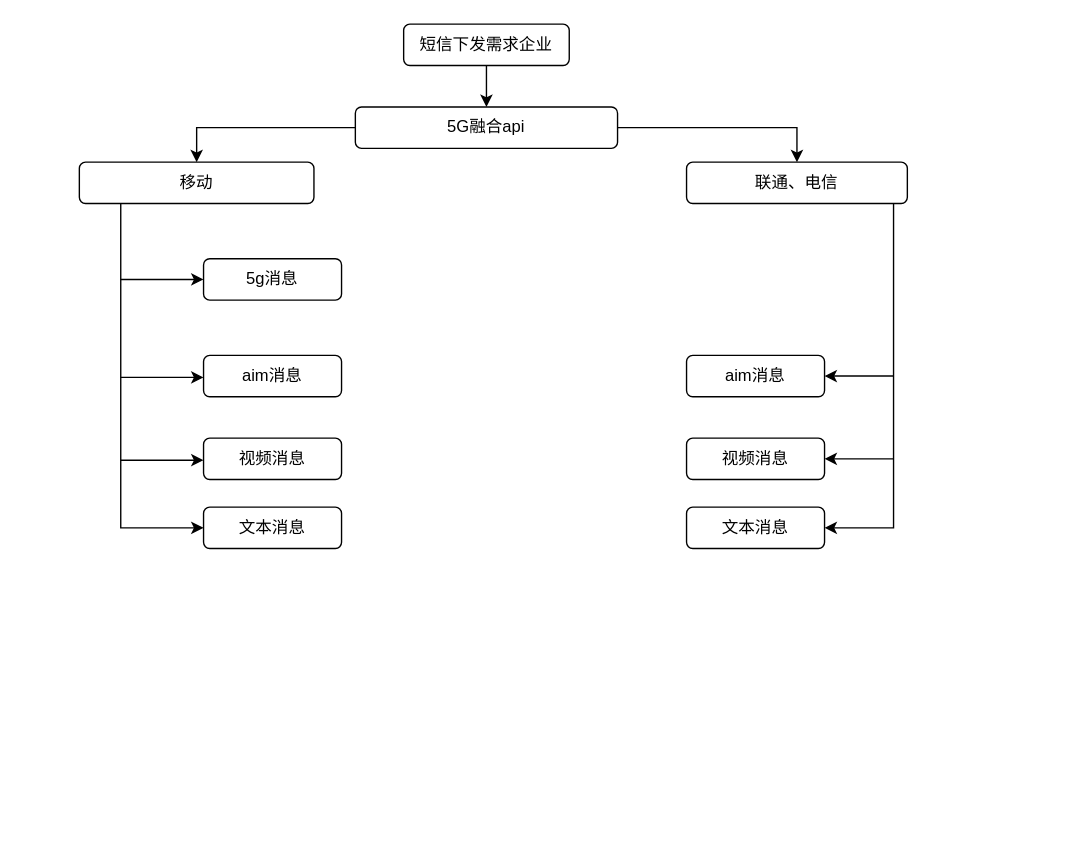
liufuchen88/test2 keeps this draw.io diagram as page "短信融合下发方式" (18 of 20) of Untitled Diagram.drawio. Above is the earlier version. Source tidied: cells renumbered, new cells numbered last; positions are measured from the earlier drawing's top-left corner, leaving out a move shared by most shapes. Both pictures are drawn from the tidied source at 138%, with x=0, y=0 at pixel (79, 23).
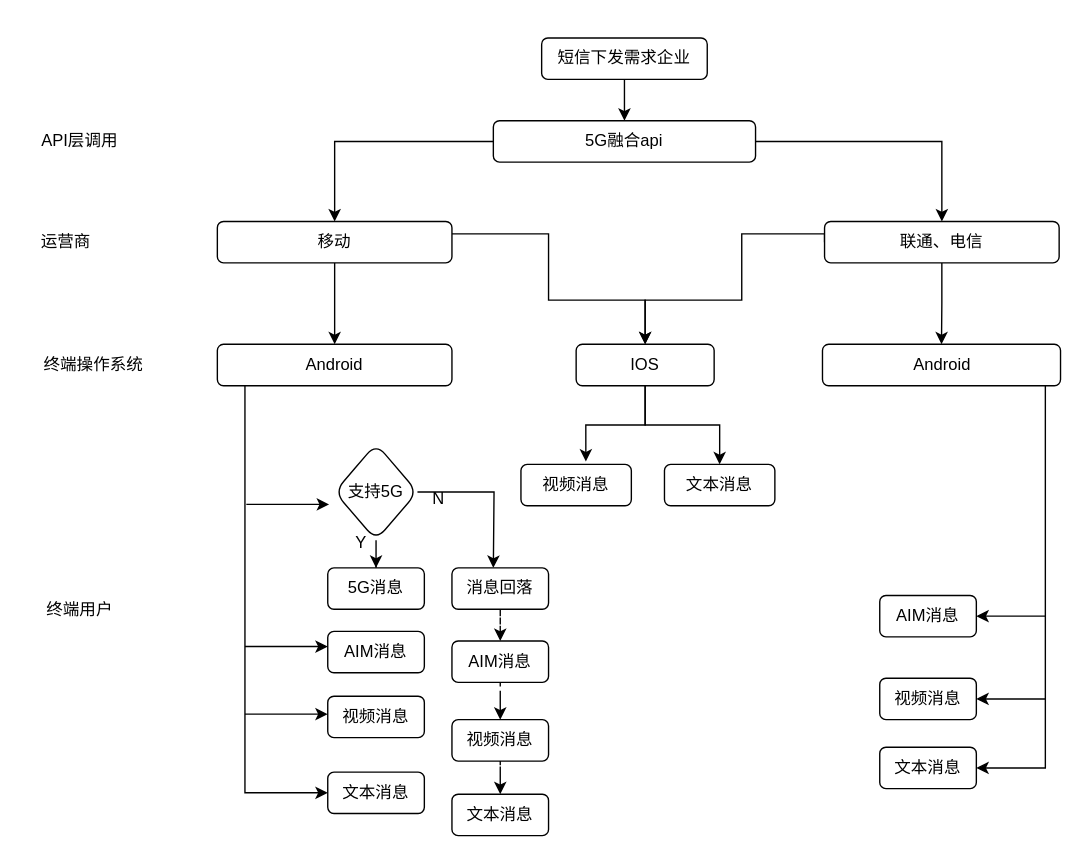
The same diagram, later.

Change to the diagram source:
```diff
@@
     <mxCell id="4" value="5G融合api" style="rounded=1;whiteSpace=wrap;html=1;" parent="1" vertex="1">
-      <mxGeometry x="200" y="60" width="190" height="30" as="geometry" />
+      <mxGeometry x="300" y="70" width="190" height="30" as="geometry" />
     </mxCell>
@@
     <mxCell id="6" value="&lt;span style=&quot;&quot;&gt;短信下发需求企业&lt;/span&gt;" style="rounded=1;whiteSpace=wrap;html=1;" parent="1" vertex="1">
-      <mxGeometry x="235" width="120" height="30" as="geometry" />
+      <mxGeometry x="335" y="10" width="120" height="30" as="geometry" />
     </mxCell>
-    <mxCell id="7" style="edgeStyle=orthogonalEdgeStyle;rounded=0;jettySize=auto;html=1;entryX=0;entryY=0.5;entryDx=0;entryDy=0;" parent="1" edge="1" source="8" target="13">
+    <mxCell id="7" style="edgeStyle=orthogonalEdgeStyle;rounded=0;jettySize=auto;html=1;entryX=0;entryY=0.5;entryDx=0;entryDy=0;" parent="1" edge="1" target="13">
       <mxGeometry relative="1" as="geometry">
+        <mxPoint x="120" y="262" as="sourcePoint" />
         <Array as="points">
-          <mxPoint x="30" y="365" />
+          <mxPoint x="120" y="262" />
+          <mxPoint x="120" y="527" />
         </Array>
       </mxGeometry>
     </mxCell>
+    <mxCell id="23" style="edgeStyle=orthogonalEdgeStyle;rounded=0;jettySize=auto;html=1;" parent="1" edge="1" source="8" target="27">
+      <mxGeometry relative="1" as="geometry" />
+    </mxCell>
+    <mxCell id="24" style="edgeStyle=orthogonalEdgeStyle;rounded=0;jettySize=auto;html=1;entryX=0.5;entryY=0;entryDx=0;entryDy=0;" parent="1" edge="1" source="8" target="31">
+      <mxGeometry relative="1" as="geometry">
+        <Array as="points">
+          <mxPoint x="340" y="152" />
+          <mxPoint x="340" y="200" />
+          <mxPoint x="410" y="200" />
+        </Array>
+      </mxGeometry>
+    </mxCell>
     <mxCell id="8" value="移动" style="rounded=1;whiteSpace=wrap;html=1;" parent="1" vertex="1">
-      <mxGeometry y="100" width="170" height="30" as="geometry" />
+      <mxGeometry x="100" y="143" width="170" height="30" as="geometry" />
     </mxCell>
-    <mxCell id="9" style="edgeStyle=orthogonalEdgeStyle;rounded=0;jettySize=auto;html=1;entryX=1;entryY=0.5;entryDx=0;entryDy=0;" parent="1" edge="1" source="10" target="15">
+    <mxCell id="9" style="edgeStyle=orthogonalEdgeStyle;rounded=0;jettySize=auto;html=1;entryX=1;entryY=0.5;entryDx=0;entryDy=0;" parent="1" edge="1" target="15">
       <mxGeometry relative="1" as="geometry">
+        <mxPoint x="700" y="262" as="sourcePoint" />
         <Array as="points">
-          <mxPoint x="590" y="365" />
+          <mxPoint x="700" y="264" />
+          <mxPoint x="700" y="517" />
         </Array>
       </mxGeometry>
     </mxCell>
+    <mxCell id="25" style="edgeStyle=orthogonalEdgeStyle;rounded=0;jettySize=auto;html=1;entryX=0.5;entryY=0;entryDx=0;entryDy=0;" parent="1" edge="1" source="10" target="28">
+      <mxGeometry relative="1" as="geometry" />
+    </mxCell>
+    <mxCell id="26" style="edgeStyle=orthogonalEdgeStyle;rounded=0;jettySize=auto;html=1;entryX=0.5;entryY=0;entryDx=0;entryDy=0;exitX=0;exitY=0.5;exitDx=0;exitDy=0;" parent="1" edge="1" source="10" target="31">
+      <mxGeometry relative="1" as="geometry">
+        <Array as="points">
+          <mxPoint x="540" y="152" />
+          <mxPoint x="480" y="152" />
+          <mxPoint x="480" y="200" />
+          <mxPoint x="410" y="200" />
+        </Array>
+      </mxGeometry>
+    </mxCell>
     <mxCell id="10" value="联通、电信" style="rounded=1;whiteSpace=wrap;html=1;" parent="1" vertex="1">
-      <mxGeometry x="440" y="100" width="160" height="30" as="geometry" />
+      <mxGeometry x="540" y="143" width="170" height="30" as="geometry" />
     </mxCell>
-    <mxCell id="11" value="5g消息" style="rounded=1;whiteSpace=wrap;html=1;" parent="1" vertex="1">
-      <mxGeometry x="90" y="170" width="100" height="30" as="geometry" />
+    <mxCell id="11" value="5G消息" style="rounded=1;whiteSpace=wrap;html=1;" parent="1" vertex="1">
+      <mxGeometry x="180" y="394" width="70" height="30" as="geometry" />
     </mxCell>
-    <mxCell id="12" value="aim消息" style="rounded=1;whiteSpace=wrap;html=1;" parent="1" vertex="1">
-      <mxGeometry x="90" y="240" width="100" height="30" as="geometry" />
+    <mxCell id="12" value="AIM消息" style="rounded=1;whiteSpace=wrap;html=1;" parent="1" vertex="1">
+      <mxGeometry x="180" y="440" width="70" height="30" as="geometry" />
     </mxCell>
     <mxCell id="13" value="文本消息" style="rounded=1;whiteSpace=wrap;html=1;" parent="1" vertex="1">
-      <mxGeometry x="90" y="350" width="100" height="30" as="geometry" />
+      <mxGeometry x="180" y="542" width="70" height="30" as="geometry" />
     </mxCell>
-    <mxCell id="14" value="aim消息" style="rounded=1;whiteSpace=wrap;html=1;" parent="1" vertex="1">
-      <mxGeometry x="440" y="240" width="100" height="30" as="geometry" />
+    <mxCell id="14" value="AIM消息" style="rounded=1;whiteSpace=wrap;html=1;" parent="1" vertex="1">
+      <mxGeometry x="580" y="414" width="70" height="30" as="geometry" />
     </mxCell>
     <mxCell id="15" value="文本消息" style="rounded=1;whiteSpace=wrap;html=1;" parent="1" vertex="1">
-      <mxGeometry x="440" y="350" width="100" height="30" as="geometry" />
+      <mxGeometry x="580" y="524" width="70" height="30" as="geometry" />
     </mxCell>
-    <mxCell id="16" style="endArrow=classic;html=1;rounded=0;entryX=0;entryY=0.5;entryDx=0;entryDy=0;" parent="1" edge="1" target="11">
-      <mxGeometry relative="1" as="geometry">
-        <mxPoint x="30" y="185" as="sourcePoint" />
-      </mxGeometry>
-    </mxCell>
     <mxCell id="17" style="endArrow=classic;html=1;rounded=0;entryX=0;entryY=0.5;entryDx=0;entryDy=0;" parent="1" edge="1">
       <mxGeometry relative="1" as="geometry">
-        <mxPoint x="30" y="256" as="sourcePoint" />
-        <mxPoint x="90" y="256" as="targetPoint" />
+        <mxPoint x="120" y="451" as="sourcePoint" />
+        <mxPoint x="180" y="451" as="targetPoint" />
       </mxGeometry>
     </mxCell>
     <mxCell id="18" style="endArrow=classic;html=1;rounded=0;entryX=1;entryY=0.5;entryDx=0;entryDy=0;" parent="1" edge="1" target="14">
       <mxGeometry relative="1" as="geometry">
-        <mxPoint x="590" y="255" as="sourcePoint" />
+        <mxPoint x="700" y="429" as="sourcePoint" />
       </mxGeometry>
     </mxCell>
     <mxCell id="19" value="视频消息" style="rounded=1;whiteSpace=wrap;html=1;" parent="1" vertex="1">
-      <mxGeometry x="90" y="300" width="100" height="30" as="geometry" />
+      <mxGeometry x="180" y="487" width="70" height="30" as="geometry" />
     </mxCell>
     <mxCell id="20" style="endArrow=classic;html=1;rounded=0;entryX=0;entryY=0.5;entryDx=0;entryDy=0;" parent="1" edge="1">
       <mxGeometry relative="1" as="geometry">
-        <mxPoint x="30" y="316" as="sourcePoint" />
-        <mxPoint x="90" y="316" as="targetPoint" />
+        <mxPoint x="120" y="500" as="sourcePoint" />
+        <mxPoint x="180" y="500" as="targetPoint" />
       </mxGeometry>
     </mxCell>
     <mxCell id="21" value="视频消息" style="rounded=1;whiteSpace=wrap;html=1;" parent="1" vertex="1">
-      <mxGeometry x="440" y="300" width="100" height="30" as="geometry" />
+      <mxGeometry x="580" y="474" width="70" height="30" as="geometry" />
     </mxCell>
     <mxCell id="22" style="endArrow=classic;html=1;rounded=0;entryX=1;entryY=0.5;entryDx=0;entryDy=0;" parent="1" edge="1" target="21">
       <mxGeometry relative="1" as="geometry">
-        <mxPoint x="590" y="315" as="sourcePoint" />
+        <mxPoint x="700" y="489" as="sourcePoint" />
       </mxGeometry>
     </mxCell>
+    <mxCell id="27" value="Android" style="rounded=1;whiteSpace=wrap;html=1;" parent="1" vertex="1">
+      <mxGeometry x="100" y="232" width="170" height="30" as="geometry" />
+    </mxCell>
+    <mxCell id="28" value="Android" style="rounded=1;whiteSpace=wrap;html=1;" parent="1" vertex="1">
+      <mxGeometry x="538.5" y="232" width="172.5" height="30" as="geometry" />
+    </mxCell>
+    <mxCell id="29" style="edgeStyle=orthogonalEdgeStyle;rounded=0;jettySize=auto;html=1;entryX=0.588;entryY=-0.067;entryDx=0;entryDy=0;entryPerimeter=0;" parent="1" edge="1" source="31" target="32">
+      <mxGeometry relative="1" as="geometry" />
+    </mxCell>
+    <mxCell id="30" style="edgeStyle=orthogonalEdgeStyle;rounded=0;jettySize=auto;html=1;" parent="1" edge="1" source="31" target="33">
+      <mxGeometry relative="1" as="geometry" />
+    </mxCell>
+    <mxCell id="31" value="IOS" style="rounded=1;whiteSpace=wrap;html=1;" parent="1" vertex="1">
+      <mxGeometry x="360" y="232" width="100" height="30" as="geometry" />
+    </mxCell>
+    <mxCell id="32" value="视频消息" style="rounded=1;whiteSpace=wrap;html=1;" parent="1" vertex="1">
+      <mxGeometry x="320" y="319" width="80" height="30" as="geometry" />
+    </mxCell>
+    <mxCell id="33" value="文本消息" style="rounded=1;whiteSpace=wrap;html=1;" parent="1" vertex="1">
+      <mxGeometry x="424" y="319" width="80" height="30" as="geometry" />
+    </mxCell>
+    <mxCell id="34" style="edgeStyle=orthogonalEdgeStyle;rounded=0;jettySize=auto;html=1;entryX=0.5;entryY=0;entryDx=0;entryDy=0;" parent="1" edge="1" source="36" target="11">
+      <mxGeometry relative="1" as="geometry" />
+    </mxCell>
+    <mxCell id="35" style="edgeStyle=orthogonalEdgeStyle;rounded=0;jettySize=auto;html=1;" parent="1" edge="1" source="36">
+      <mxGeometry relative="1" as="geometry">
+        <mxPoint x="300" y="394" as="targetPoint" />
+      </mxGeometry>
+    </mxCell>
+    <mxCell id="36" value="支持5G" style="rhombus;whiteSpace=wrap;html=1;rounded=1;" parent="1" vertex="1">
+      <mxGeometry x="185" y="304" width="60" height="70" as="geometry" />
+    </mxCell>
+    <mxCell id="37" style="endArrow=classic;html=1;rounded=0;entryX=0;entryY=0.5;entryDx=0;entryDy=0;" parent="1" edge="1">
+      <mxGeometry relative="1" as="geometry">
+        <mxPoint x="121" y="348" as="sourcePoint" />
+        <mxPoint x="181" y="348" as="targetPoint" />
+      </mxGeometry>
+    </mxCell>
+    <mxCell id="38" value="Y" style="text;html=1;align=center;verticalAlign=middle;strokeColor=none;fillColor=none;" parent="1" vertex="1">
+      <mxGeometry x="189" y="361" width="30" height="30" as="geometry" />
+    </mxCell>
+    <mxCell id="39" value="N" style="text;html=1;align=center;verticalAlign=middle;strokeColor=none;fillColor=none;" parent="1" vertex="1">
+      <mxGeometry x="245" y="329" width="30" height="30" as="geometry" />
+    </mxCell>
+    <mxCell id="40" style="edgeStyle=orthogonalEdgeStyle;rounded=0;jettySize=auto;html=1;entryX=0.5;entryY=0;entryDx=0;entryDy=0;dashed=1;" parent="1" edge="1" source="41" target="43">
+      <mxGeometry relative="1" as="geometry" />
+    </mxCell>
+    <mxCell id="41" value="消息回落" style="rounded=1;whiteSpace=wrap;html=1;" parent="1" vertex="1">
+      <mxGeometry x="270" y="394" width="70" height="30" as="geometry" />
+    </mxCell>
+    <mxCell id="42" style="edgeStyle=orthogonalEdgeStyle;rounded=0;jettySize=auto;html=1;dashed=1;" parent="1" edge="1" source="43" target="46">
+      <mxGeometry relative="1" as="geometry" />
+    </mxCell>
+    <mxCell id="43" value="AIM消息" style="rounded=1;whiteSpace=wrap;html=1;" parent="1" vertex="1">
+      <mxGeometry x="270" y="447" width="70" height="30" as="geometry" />
+    </mxCell>
+    <mxCell id="44" value="文本消息" style="rounded=1;whiteSpace=wrap;html=1;" parent="1" vertex="1">
+      <mxGeometry x="270" y="558" width="70" height="30" as="geometry" />
+    </mxCell>
+    <mxCell id="45" style="edgeStyle=orthogonalEdgeStyle;rounded=0;jettySize=auto;html=1;dashed=1;" parent="1" edge="1" source="46" target="44">
+      <mxGeometry relative="1" as="geometry" />
+    </mxCell>
+    <mxCell id="46" value="视频消息" style="rounded=1;whiteSpace=wrap;html=1;" parent="1" vertex="1">
+      <mxGeometry x="270" y="504" width="70" height="30" as="geometry" />
+    </mxCell>
+    <mxCell id="47" value="API层调用" style="text;html=1;align=center;verticalAlign=middle;strokeColor=none;fillColor=none;" parent="1" vertex="1">
+      <mxGeometry x="-40" y="70" width="80" height="30" as="geometry" />
+    </mxCell>
+    <mxCell id="48" value="运营商" style="text;html=1;align=center;verticalAlign=middle;strokeColor=none;fillColor=none;" parent="1" vertex="1">
+      <mxGeometry x="-40" y="143" width="60" height="30" as="geometry" />
+    </mxCell>
+    <mxCell id="49" value="终端操作系统" style="text;html=1;align=center;verticalAlign=middle;strokeColor=none;fillColor=none;" parent="1" vertex="1">
+      <mxGeometry x="-40" y="232" width="100" height="30" as="geometry" />
+    </mxCell>
+    <mxCell id="50" value="终端用户" style="text;html=1;align=center;verticalAlign=middle;strokeColor=none;fillColor=none;" parent="1" vertex="1">
+      <mxGeometry x="-35" y="410" width="70" height="30" as="geometry" />
+    </mxCell>
```
